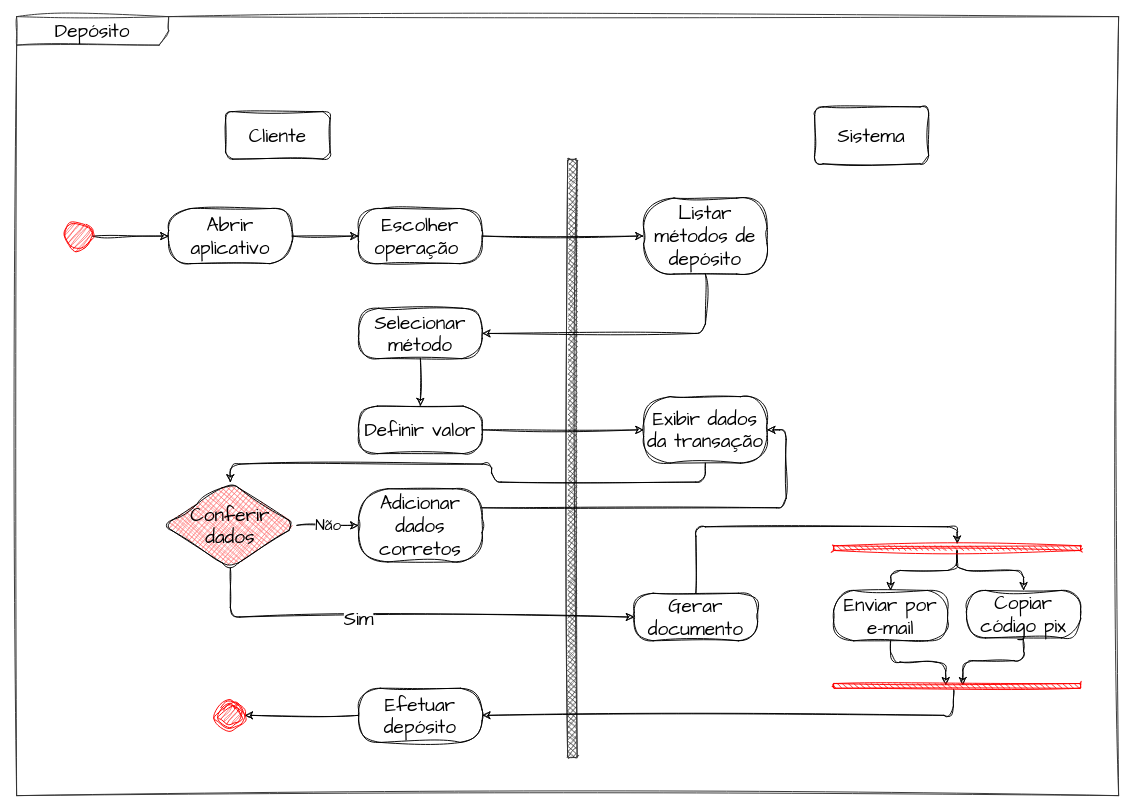
This is Depósito.drawio from gabi-lessa/AnaliseProjetoSistemas, a draw.io file, before an edit. Source tidied: cells renumbered, new cells numbered last; positions are measured from the earlier drawing's top-left corner, leaving out a move shared by most shapes. Both pictures are drawn from the tidied source at 95%, with x=0, y=0 at pixel (16, 16).
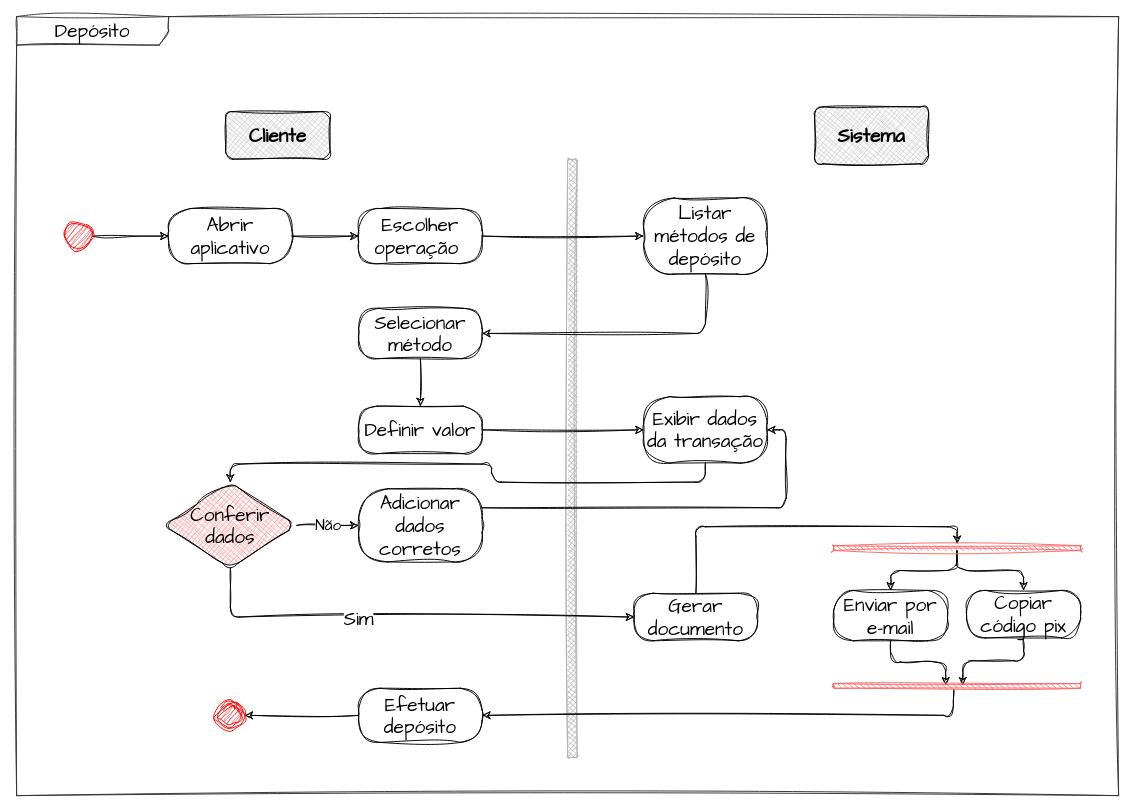
The same page after the edit.

The change refers to these unchanged cells:
```xml
<mxCell id="2" value="Depósito" style="shape=umlFrame;whiteSpace=wrap;html=1;width=160;rounded=1;sketch=1;hachureGap=4;jiggle=2;curveFitting=1;fontFamily=Architects Daughter;fontSize=20;fillColor=none;strokeColor=#333333;" parent="1" vertex="1">
  <mxGeometry width="1160" height="820" as="geometry" />
</mxCell>
```

What changed in the source:
```diff
@@
-    <mxCell id="3" style="html=1;perimeter=orthogonalPerimeter;targetShapes=umlLifeline;newEdgeStyle={&quot;edgeStyle&quot;:&quot;elbowEdgeStyle&quot;,&quot;elbow&quot;:&quot;vertical&quot;,&quot;curved&quot;:0,&quot;rounded&quot;:0};rounded=1;sketch=1;hachureGap=4;jiggle=2;curveFitting=1;fontFamily=Architects Daughter;fontSize=20;fillStyle=cross-hatch;fillColor=#333333;strokeColor=#333333;" parent="2" vertex="1">
+    <mxCell id="3" style="html=1;perimeter=orthogonalPerimeter;targetShapes=umlLifeline;newEdgeStyle={&quot;edgeStyle&quot;:&quot;elbowEdgeStyle&quot;,&quot;elbow&quot;:&quot;vertical&quot;,&quot;curved&quot;:0,&quot;rounded&quot;:0};rounded=1;sketch=1;hachureGap=4;jiggle=2;curveFitting=1;fontFamily=Architects Daughter;fontSize=20;fillStyle=cross-hatch;fillColor=#B3B3B3;strokeColor=#B3B3B3;" parent="2" vertex="1">
       <mxGeometry x="580" y="150" width="10" height="630" as="geometry" />
     </mxCell>
-    <mxCell id="4" value="Cliente" style="html=1;whiteSpace=wrap;rounded=1;sketch=1;hachureGap=4;jiggle=2;curveFitting=1;fontFamily=Architects Daughter;fontSize=20;" parent="2" vertex="1">
+    <mxCell id="4" value="Cliente" style="html=1;whiteSpace=wrap;rounded=1;sketch=1;hachureGap=4;jiggle=2;curveFitting=1;fontFamily=Architects Daughter;fontSize=20;fillStyle=cross-hatch;fillColor=#CCCCCC;fontStyle=1;" parent="2" vertex="1">
       <mxGeometry x="220" y="100" width="110" height="50" as="geometry" />
     </mxCell>
-    <mxCell id="5" value="Sistema" style="whiteSpace=wrap;html=1;fontSize=20;fontFamily=Architects Daughter;rounded=1;sketch=1;hachureGap=4;jiggle=2;curveFitting=1;" parent="2" vertex="1">
+    <mxCell id="5" value="&lt;b&gt;Sistema&lt;/b&gt;" style="whiteSpace=wrap;html=1;fontSize=20;fontFamily=Architects Daughter;rounded=1;sketch=1;hachureGap=4;jiggle=2;curveFitting=1;fillStyle=cross-hatch;fillColor=#CCCCCC;" parent="2" vertex="1">
       <mxGeometry x="840" y="95" width="120" height="60" as="geometry" />
     </mxCell>
@@
-    <mxCell id="23" value="Conferir dados" style="rhombus;whiteSpace=wrap;html=1;fontColor=#000000;fillColor=#FF6666;strokeColor=#000000;rounded=1;sketch=1;hachureGap=4;jiggle=2;curveFitting=1;fontFamily=Architects Daughter;fontSize=20;fillStyle=cross-hatch;" parent="2" vertex="1">
+    <mxCell id="23" value="Conferir dados" style="rhombus;whiteSpace=wrap;html=1;fontColor=#000000;fillColor=#FF9999;strokeColor=#000000;rounded=1;sketch=1;hachureGap=4;jiggle=2;curveFitting=1;fontFamily=Architects Daughter;fontSize=20;fillStyle=cross-hatch;" parent="2" vertex="1">
       <mxGeometry x="155" y="490.5" width="140" height="90" as="geometry" />
     </mxCell>
@@
-    <mxCell id="37" style="html=1;points=[];perimeter=orthogonalPerimeter;fillColor=strokeColor;rounded=1;sketch=1;hachureGap=4;jiggle=2;curveFitting=1;fontFamily=Architects Daughter;fontSize=20;direction=south;strokeColor=#FF0000;" parent="2" vertex="1">
+    <mxCell id="37" style="html=1;points=[];perimeter=orthogonalPerimeter;fillColor=strokeColor;rounded=1;sketch=1;hachureGap=4;jiggle=2;curveFitting=1;fontFamily=Architects Daughter;fontSize=20;direction=south;strokeColor=#FF6666;" parent="2" vertex="1">
       <mxGeometry x="860" y="557" width="260" height="5" as="geometry" />
     </mxCell>
@@
-    <mxCell id="39" style="html=1;points=[];perimeter=orthogonalPerimeter;fillColor=strokeColor;rounded=1;sketch=1;hachureGap=4;jiggle=2;curveFitting=1;fontFamily=Architects Daughter;fontSize=20;direction=south;strokeColor=#FF0000;" parent="2" vertex="1">
+    <mxCell id="39" style="html=1;points=[];perimeter=orthogonalPerimeter;fillColor=strokeColor;rounded=1;sketch=1;hachureGap=4;jiggle=2;curveFitting=1;fontFamily=Architects Daughter;fontSize=20;direction=south;strokeColor=#FF6666;" parent="2" vertex="1">
       <mxGeometry x="860" y="702" width="260" height="5" as="geometry" />
     </mxCell>
```
